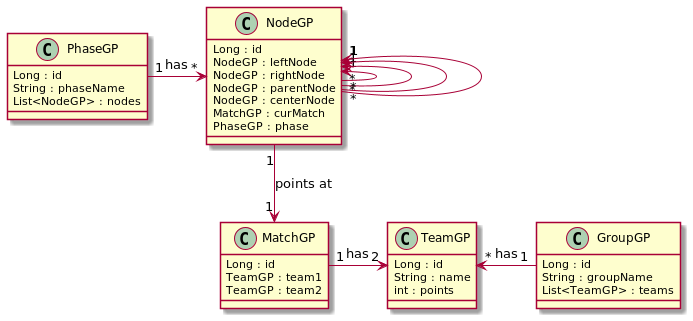
The PlantUML diagram asciidocs/images/cld_gruppenphase.png in htl-leonding-project/2022-4ahif-autohaus, before a commit. Its diagram source:
```plantuml
@startuml

class GroupGP{
    Long : id
    String : groupName
    List<TeamGP> : teams
}

class PhaseGP{
    Long : id
    String : phaseName
    List<NodeGP> : nodes
}

class MatchGP{
    Long : id
    TeamGP : team1
    TeamGP : team2
}

class TeamGP{
    Long : id
    String : name
    int : points
}

class NodeGP{
    Long : id
    NodeGP : leftNode
    NodeGP : rightNode
    NodeGP : parentNode
    NodeGP : centerNode
    MatchGP : curMatch
    PhaseGP : phase
}

PhaseGP "1" -right-> "*" NodeGP : has
NodeGP "1" --> "1" MatchGP : points at
NodeGP "1" <-- "*" NodeGP
NodeGP "1" <-- "*" NodeGP
NodeGP "1" <-- "*" NodeGP
NodeGP "1" <-- "*" NodeGP
MatchGP "1" -right-> "2" TeamGP : has
TeamGP "*" <-right- "1" GroupGP : has



@enduml
```
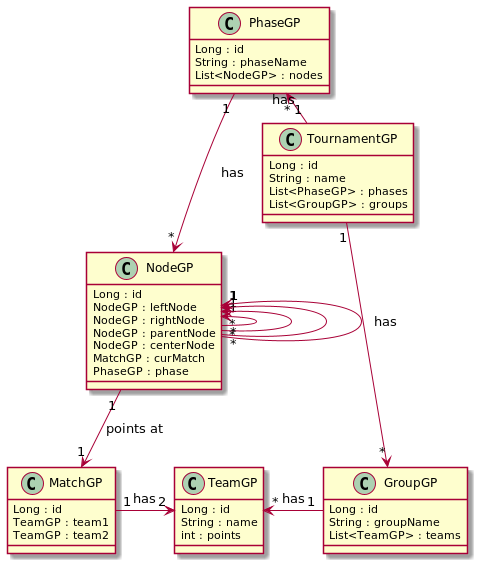
The same diagram one commit later.

Commit message:
#7-added-tournamentgp-class

The edit, as a diff of the source:
```diff
@@ -1,4 +1,11 @@
 @startuml
+
+class TournamentGP{
+    Long : id
+    String : name
+    List<PhaseGP> : phases
+    List<GroupGP> : groups
+}
 
 class GroupGP{
     Long : id
@@ -34,8 +41,10 @@
     PhaseGP : phase
 }
 
-PhaseGP "1" -right-> "*" NodeGP : has
-NodeGP "1" --> "1" MatchGP : points at
+TournamentGP "1" -left-> "*" PhaseGP : has
+TournamentGP "1" --> "*" GroupGP :has
+PhaseGP "1" --> "*" NodeGP : has
+NodeGP "1" -down-> "1" MatchGP : points at
 NodeGP "1" <-- "*" NodeGP
 NodeGP "1" <-- "*" NodeGP
 NodeGP "1" <-- "*" NodeGP
```
